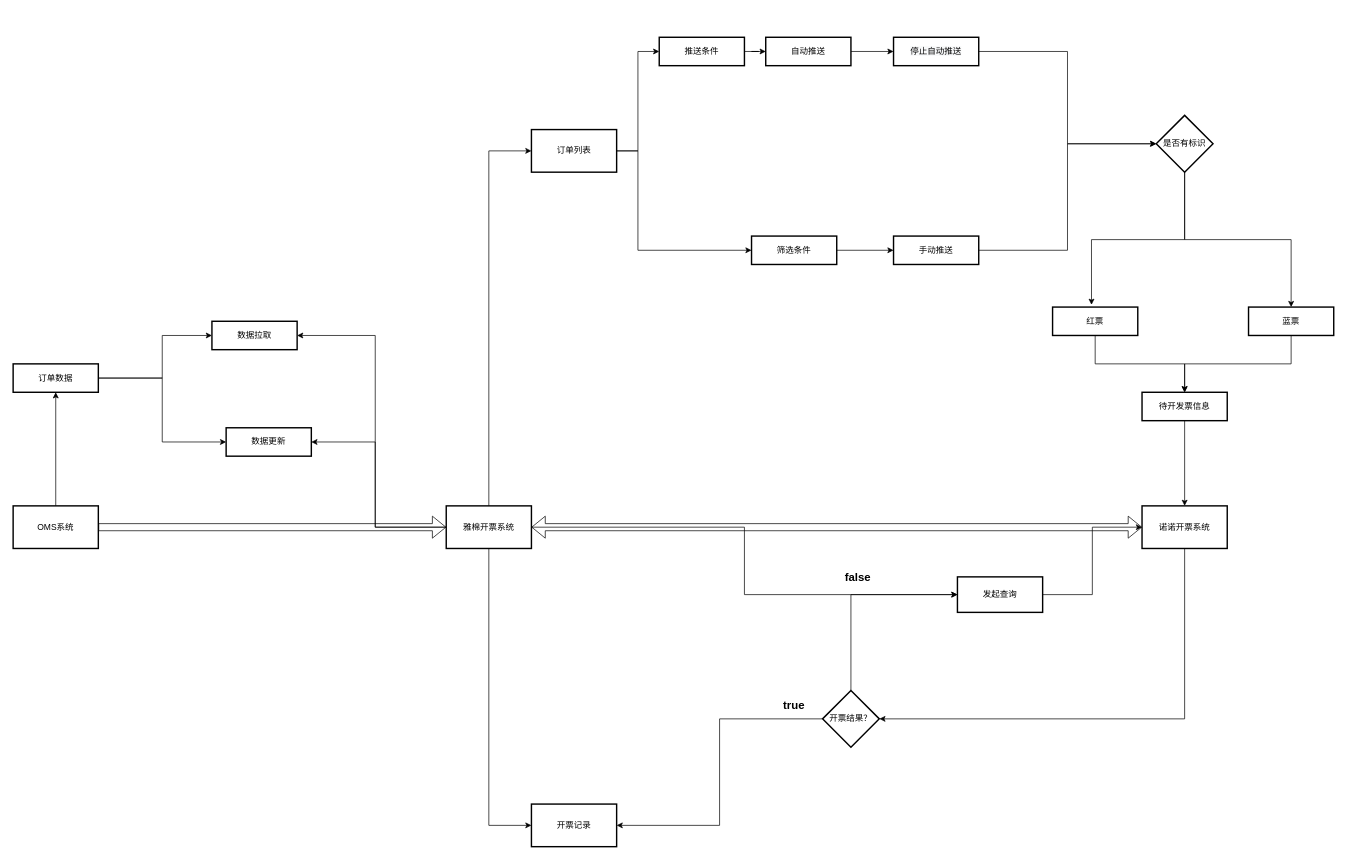
This is demo1.drawio from json-lu/draw.io, a draw.io file, before an edit. Source tidied: cells renumbered, new cells numbered last; positions are measured from the earlier drawing's top-left corner, leaving out a move shared by most shapes. Both pictures are drawn from the tidied source at 71%, with x=0, y=0 at pixel (13, 37).
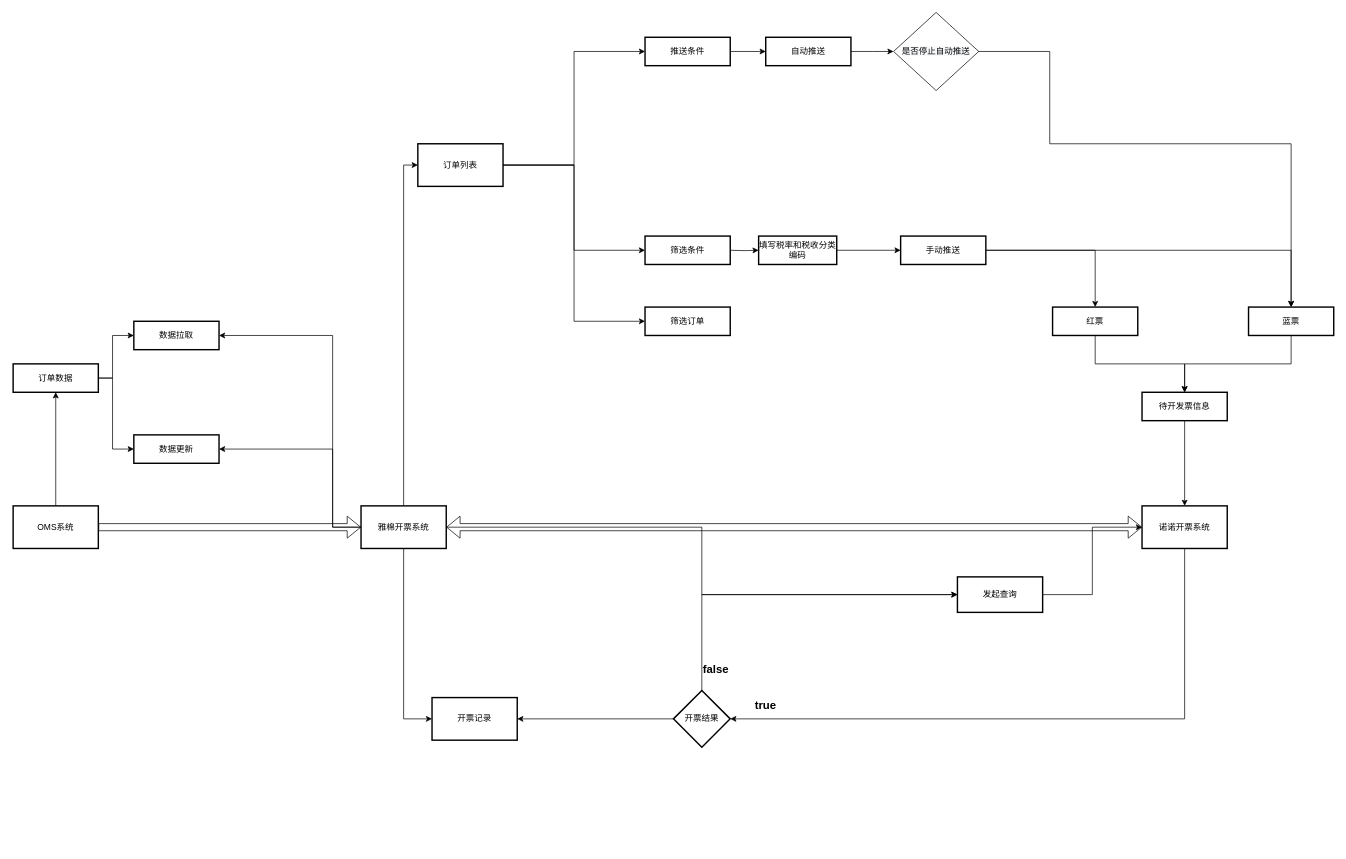
Above is the later version.

The change refers to these unchanged cells:
```xml
<mxCell id="9" value="OMS系统" style="rounded=0;whiteSpace=wrap;html=1;strokeWidth=2;" parent="1" vertex="1">
  <mxGeometry y="660" width="120" height="60" as="geometry" />
</mxCell>
<mxCell id="22" value="订单数据" style="rounded=0;whiteSpace=wrap;html=1;strokeWidth=2;" parent="1" vertex="1">
  <mxGeometry y="460" width="120" height="40" as="geometry" />
</mxCell>
<mxCell id="26" value="自动推送" style="rounded=0;whiteSpace=wrap;html=1;strokeWidth=2;" parent="1" vertex="1">
  <mxGeometry x="1060" width="120" height="40" as="geometry" />
</mxCell>
<mxCell id="37" value="发起查询" style="rounded=0;whiteSpace=wrap;html=1;strokeColor=default;strokeWidth=2;fillColor=none;gradientColor=#ffffff;" parent="1" vertex="1">
  <mxGeometry x="1330" y="760" width="120" height="50" as="geometry" />
</mxCell>
<mxCell id="39" value="红票" style="rounded=0;whiteSpace=wrap;html=1;strokeWidth=2;" parent="1" vertex="1">
  <mxGeometry x="1464" y="380" width="120" height="40" as="geometry" />
</mxCell>
<mxCell id="41" value="蓝票" style="rounded=0;whiteSpace=wrap;html=1;strokeWidth=2;" parent="1" vertex="1">
  <mxGeometry x="1740" y="380" width="120" height="40" as="geometry" />
</mxCell>
```

Change to the diagram source:
```diff
@@
     <mxCell id="2" style="edgeStyle=orthogonalEdgeStyle;rounded=0;jettySize=auto;html=1;exitX=1;exitY=0.75;exitDx=0;exitDy=0;entryX=0;entryY=0.5;entryDx=0;entryDy=0;" parent="1" edge="1" source="7" target="37">
       <mxGeometry relative="1" as="geometry">
         <Array as="points">
-          <mxPoint x="730" y="690" />
-          <mxPoint x="1030" y="690" />
-          <mxPoint x="1030" y="785" />
+          <mxPoint x="610" y="690" />
+          <mxPoint x="970" y="690" />
+          <mxPoint x="970" y="785" />
         </Array>
       </mxGeometry>
     </mxCell>
@@
     <mxCell id="5" style="edgeStyle=orthogonalEdgeStyle;rounded=0;jettySize=auto;html=1;entryX=1;entryY=0.5;entryDx=0;entryDy=0;" parent="1" edge="1" source="7" target="24">
       <mxGeometry relative="1" as="geometry">
         <Array as="points">
-          <mxPoint x="510" y="690" />
-          <mxPoint x="510" y="570" />
+          <mxPoint x="450" y="690" />
+          <mxPoint x="450" y="580" />
         </Array>
       </mxGeometry>
     </mxCell>
     <mxCell id="6" style="edgeStyle=orthogonalEdgeStyle;rounded=0;jettySize=auto;html=1;entryX=1;entryY=0.5;entryDx=0;entryDy=0;" parent="1" edge="1" source="7" target="23">
       <mxGeometry relative="1" as="geometry">
         <Array as="points">
-          <mxPoint x="510" y="690" />
-          <mxPoint x="510" y="420" />
+          <mxPoint x="450" y="690" />
+          <mxPoint x="450" y="420" />
         </Array>
       </mxGeometry>
     </mxCell>
     <mxCell id="7" value="雅棉开票系统" style="rounded=0;whiteSpace=wrap;html=1;strokeWidth=2;" parent="1" vertex="1">
-      <mxGeometry x="610" y="660" width="120" height="60" as="geometry" />
+      <mxGeometry x="490" y="660" width="120" height="60" as="geometry" />
     </mxCell>
@@
-    <mxCell id="12" style="edgeStyle=orthogonalEdgeStyle;rounded=0;jettySize=auto;html=1;entryX=0;entryY=0.5;entryDx=0;entryDy=0;" parent="1" edge="1" source="13" target="48">
-      <mxGeometry relative="1" as="geometry" />
+    <mxCell id="12" style="edgeStyle=orthogonalEdgeStyle;rounded=0;jettySize=auto;html=1;entryX=0.5;entryY=0;entryDx=0;entryDy=0;" parent="1" edge="1" target="41">
+      <mxGeometry relative="1" as="geometry">
+        <mxPoint x="1340" y="20" as="sourcePoint" />
+        <Array as="points">
+          <mxPoint x="1460" y="20" />
+          <mxPoint x="1460" y="150" />
+          <mxPoint x="1800" y="150" />
+        </Array>
+      </mxGeometry>
     </mxCell>
-    <mxCell id="13" value="&lt;span style=&quot;color: rgb(0 , 0 , 0) ; font-family: &amp;#34;helvetica&amp;#34; ; font-size: 12px ; font-style: normal ; font-weight: 400 ; letter-spacing: normal ; text-align: center ; text-indent: 0px ; text-transform: none ; word-spacing: 0px ; background-color: rgb(248 , 249 , 250) ; display: inline ; float: none&quot;&gt;停止自动推送&lt;/span&gt;" style="rounded=0;whiteSpace=wrap;html=1;strokeWidth=2;" parent="1" vertex="1">
-      <mxGeometry x="1240" width="120" height="40" as="geometry" />
-    </mxCell>
@@
     <mxCell id="15" style="shape=flexArrow;endArrow=classic;html=1;rounded=0;exitX=1;exitY=0.5;exitDx=0;exitDy=0;" parent="1" edge="1" source="9">
       <mxGeometry relative="1" as="geometry">
-        <mxPoint x="610" y="690" as="targetPoint" />
+        <mxPoint x="490" y="690" as="targetPoint" />
       </mxGeometry>
     </mxCell>
-    <mxCell id="16" style="edgeStyle=orthogonalEdgeStyle;rounded=0;jettySize=auto;html=1;entryX=0;entryY=0.5;entryDx=0;entryDy=0;" parent="1" edge="1" source="17" target="48">
-      <mxGeometry relative="1" as="geometry" />
-    </mxCell>
+    <mxCell id="49" style="edgeStyle=orthogonalEdgeStyle;rounded=0;jettySize=auto;html=1;entryX=0;entryY=0.5;entryDx=0;entryDy=0;" parent="1" edge="1" source="17" target="55">
+      <mxGeometry relative="1" as="geometry" />
+    </mxCell>
-    <mxCell id="17" value="手动推送" style="rounded=0;whiteSpace=wrap;html=1;strokeWidth=2;" parent="1" vertex="1">
-      <mxGeometry x="1240" y="280" width="120" height="40" as="geometry" />
+    <mxCell id="17" value="填写税率和税收分类编码" style="rounded=0;whiteSpace=wrap;html=1;strokeWidth=2;" parent="1" vertex="1">
+      <mxGeometry x="1050" y="280" width="110" height="40" as="geometry" />
     </mxCell>
@@
     <mxCell id="20" style="edgeStyle=orthogonalEdgeStyle;rounded=0;jettySize=auto;html=1;exitX=1;exitY=0.5;exitDx=0;exitDy=0;entryX=0;entryY=0.5;entryDx=0;entryDy=0;" parent="1" edge="1" source="22" target="23">
       <mxGeometry relative="1" as="geometry">
         <Array as="points">
-          <mxPoint x="210" y="480" />
-          <mxPoint x="210" y="420" />
+          <mxPoint x="140" y="480" />
+          <mxPoint x="140" y="420" />
         </Array>
       </mxGeometry>
     </mxCell>
     <mxCell id="21" style="edgeStyle=orthogonalEdgeStyle;rounded=0;jettySize=auto;html=1;entryX=0;entryY=0.5;entryDx=0;entryDy=0;" parent="1" edge="1" source="22" target="24">
-      <mxGeometry relative="1" as="geometry" />
+      <mxGeometry relative="1" as="geometry">
+        <Array as="points">
+          <mxPoint x="140" y="480" />
+          <mxPoint x="140" y="580" />
+        </Array>
+      </mxGeometry>
     </mxCell>
@@
     <mxCell id="23" value="数据拉取" style="rounded=0;whiteSpace=wrap;html=1;strokeWidth=2;" parent="1" vertex="1">
-      <mxGeometry x="280" y="400" width="120" height="40" as="geometry" />
+      <mxGeometry x="170" y="400" width="120" height="40" as="geometry" />
     </mxCell>
     <mxCell id="24" value="数据更新" style="rounded=0;whiteSpace=wrap;html=1;strokeWidth=2;" parent="1" vertex="1">
-      <mxGeometry x="300" y="550" width="120" height="40" as="geometry" />
+      <mxGeometry x="170" y="560" width="120" height="40" as="geometry" />
     </mxCell>
-    <mxCell id="25" style="edgeStyle=orthogonalEdgeStyle;rounded=0;jettySize=auto;html=1;exitX=1;exitY=0.5;exitDx=0;exitDy=0;entryX=0;entryY=0.5;entryDx=0;entryDy=0;" parent="1" edge="1" source="26" target="13">
-      <mxGeometry relative="1" as="geometry" />
+    <mxCell id="25" style="edgeStyle=orthogonalEdgeStyle;rounded=0;jettySize=auto;html=1;exitX=1;exitY=0.5;exitDx=0;exitDy=0;entryX=0;entryY=0.5;entryDx=0;entryDy=0;" parent="1" edge="1" source="26">
+      <mxGeometry relative="1" as="geometry">
+        <mxPoint x="1240" y="20" as="targetPoint" />
+      </mxGeometry>
     </mxCell>
@@
-    <mxCell id="27" style="edgeStyle=orthogonalEdgeStyle;rounded=0;jettySize=auto;html=1;entryX=0;entryY=0.5;entryDx=0;entryDy=0;" parent="1" edge="1" source="28" target="17">
-      <mxGeometry relative="1" as="geometry" />
+    <mxCell id="27" style="edgeStyle=orthogonalEdgeStyle;rounded=0;jettySize=auto;html=1;entryX=0;entryY=0.5;entryDx=0;entryDy=0;" parent="1" edge="1" target="17">
+      <mxGeometry relative="1" as="geometry">
+        <mxPoint x="1010" y="300" as="sourcePoint" />
+      </mxGeometry>
     </mxCell>
-    <mxCell id="28" value="筛选条件" style="rounded=0;whiteSpace=wrap;html=1;strokeWidth=2;" parent="1" vertex="1">
-      <mxGeometry x="1040" y="280" width="120" height="40" as="geometry" />
-    </mxCell>
@@
     <mxCell id="30" value="推送条件" style="rounded=0;whiteSpace=wrap;html=1;strokeWidth=2;" parent="1" vertex="1">
-      <mxGeometry x="910" width="120" height="40" as="geometry" />
+      <mxGeometry x="890" width="120" height="40" as="geometry" />
     </mxCell>
@@
-    <mxCell id="33" value="开票结果？" style="rhombus;whiteSpace=wrap;html=1;strokeWidth=2;" parent="1" vertex="1">
-      <mxGeometry x="1140" y="920" width="80" height="80" as="geometry" />
+    <mxCell id="33" value="开票结果" style="rhombus;whiteSpace=wrap;html=1;strokeWidth=2;" parent="1" vertex="1">
+      <mxGeometry x="930" y="920" width="80" height="80" as="geometry" />
     </mxCell>
     <mxCell id="34" value="&lt;b&gt;&lt;font style=&quot;font-size: 16px&quot;&gt;true&lt;/font&gt;&lt;/b&gt;" style="rounded=0;whiteSpace=wrap;html=1;strokeWidth=2;strokeColor=none;gradientColor=#ffffff;fillColor=none;" parent="1" vertex="1">
-      <mxGeometry x="1060" y="920" width="80" height="40" as="geometry" />
+      <mxGeometry x="1020" y="920" width="80" height="40" as="geometry" />
     </mxCell>
     <mxCell id="35" value="&lt;font size=&quot;1&quot;&gt;&lt;b style=&quot;font-size: 16px&quot;&gt;false&lt;/b&gt;&lt;/font&gt;" style="rounded=0;whiteSpace=wrap;html=1;strokeWidth=2;strokeColor=none;gradientColor=#ffffff;fillColor=none;" parent="1" vertex="1">
-      <mxGeometry x="1170" y="740" width="40" height="40" as="geometry" />
+      <mxGeometry x="970" y="870" width="40" height="40" as="geometry" />
     </mxCell>
@@
-    <mxCell id="43" style="edgeStyle=orthogonalEdgeStyle;rounded=0;jettySize=auto;html=1;exitX=1;exitY=0.5;exitDx=0;exitDy=0;entryX=0;entryY=0.5;entryDx=0;entryDy=0;" parent="1" edge="1" source="44" target="28">
+    <mxCell id="43" style="edgeStyle=orthogonalEdgeStyle;rounded=0;jettySize=auto;html=1;exitX=1;exitY=0.5;exitDx=0;exitDy=0;entryX=0;entryY=0.5;entryDx=0;entryDy=0;" parent="1" edge="1" source="44">
       <mxGeometry relative="1" as="geometry">
+        <mxPoint x="890" y="300" as="targetPoint" />
         <Array as="points">
-          <mxPoint x="880" y="160" />
-          <mxPoint x="880" y="300" />
+          <mxPoint x="790" y="180" />
+          <mxPoint x="790" y="300" />
         </Array>
       </mxGeometry>
     </mxCell>
+    <mxCell id="50" style="edgeStyle=orthogonalEdgeStyle;rounded=0;jettySize=auto;html=1;entryX=0;entryY=0.5;entryDx=0;entryDy=0;" parent="1" edge="1" source="44" target="51">
+      <mxGeometry relative="1" as="geometry" />
+    </mxCell>
     <mxCell id="44" value="订单列表" style="rounded=0;whiteSpace=wrap;html=1;strokeColor=default;strokeWidth=2;fillColor=none;gradientColor=#ffffff;" parent="1" vertex="1">
-      <mxGeometry x="730" y="130" width="120" height="60" as="geometry" />
+      <mxGeometry x="570" y="150" width="120" height="60" as="geometry" />
     </mxCell>
     <mxCell id="45" value="开票记录" style="rounded=0;whiteSpace=wrap;html=1;strokeColor=default;strokeWidth=2;fillColor=none;gradientColor=#ffffff;" parent="1" vertex="1">
-      <mxGeometry x="730" y="1080" width="120" height="60" as="geometry" />
+      <mxGeometry x="590" y="930" width="120" height="60" as="geometry" />
     </mxCell>
-    <mxCell id="46" style="edgeStyle=orthogonalEdgeStyle;rounded=0;jettySize=auto;html=1;exitX=0.5;exitY=1;exitDx=0;exitDy=0;entryX=0.457;entryY=-0.08;entryDx=0;entryDy=0;entryPerimeter=0;" parent="1" edge="1" source="48" target="39">
-      <mxGeometry relative="1" as="geometry" />
-    </mxCell>
-    <mxCell id="47" style="edgeStyle=orthogonalEdgeStyle;rounded=0;jettySize=auto;html=1;exitX=0.5;exitY=1;exitDx=0;exitDy=0;" parent="1" edge="1" source="48" target="41">
-      <mxGeometry relative="1" as="geometry" />
-    </mxCell>
-    <mxCell id="48" value="是否有标识" style="rhombus;whiteSpace=wrap;html=1;strokeColor=default;strokeWidth=2;fillColor=none;gradientColor=#ffffff;" parent="1" vertex="1">
-      <mxGeometry x="1610" y="110" width="80" height="80" as="geometry" />
-    </mxCell>
+    <mxCell id="28" value="筛选条件" style="rounded=0;whiteSpace=wrap;html=1;strokeWidth=2;" parent="1" vertex="1">
+      <mxGeometry x="890" y="280" width="120" height="40" as="geometry" />
+    </mxCell>
+    <mxCell id="51" value="筛选订单" style="rounded=0;whiteSpace=wrap;html=1;strokeWidth=2;" parent="1" vertex="1">
+      <mxGeometry x="890" y="380" width="120" height="40" as="geometry" />
+    </mxCell>
+    <mxCell id="52" value="&lt;span style=&quot;color: rgb(0 , 0 , 0) ; font-family: &amp;#34;helvetica&amp;#34; ; font-size: 12px ; font-style: normal ; font-weight: 400 ; letter-spacing: normal ; text-align: center ; text-indent: 0px ; text-transform: none ; word-spacing: 0px ; background-color: rgb(248 , 249 , 250) ; display: inline ; float: none&quot;&gt;是否停止自动推送&lt;/span&gt;" style="rhombus;whiteSpace=wrap;html=1;" parent="1" vertex="1">
+      <mxGeometry x="1240" y="-35" width="120" height="110" as="geometry" />
+    </mxCell>
+    <mxCell id="53" style="edgeStyle=orthogonalEdgeStyle;rounded=0;jettySize=auto;html=1;entryX=0.5;entryY=0;entryDx=0;entryDy=0;" parent="1" edge="1" source="55" target="41">
+      <mxGeometry relative="1" as="geometry" />
+    </mxCell>
+    <mxCell id="54" style="edgeStyle=orthogonalEdgeStyle;rounded=0;jettySize=auto;html=1;entryX=0.5;entryY=0;entryDx=0;entryDy=0;" parent="1" edge="1" source="55" target="39">
+      <mxGeometry relative="1" as="geometry" />
+    </mxCell>
+    <mxCell id="55" value="手动推送" style="rounded=0;whiteSpace=wrap;html=1;strokeWidth=2;" parent="1" vertex="1">
+      <mxGeometry x="1250" y="280" width="120" height="40" as="geometry" />
+    </mxCell>
```
